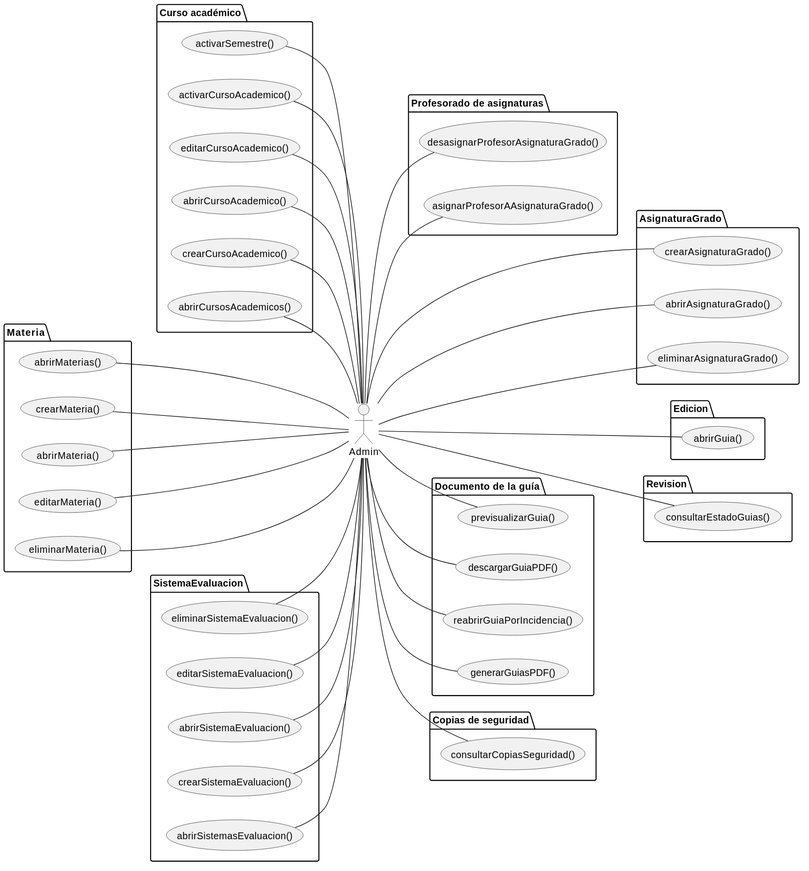
Before: images/RUP/01-requisitos/01-actores-casos-uso/actoresCasosUsoAdminOperativa.svg, a diagram exported from PlantUML (mmasias/pyCeldaPublico).
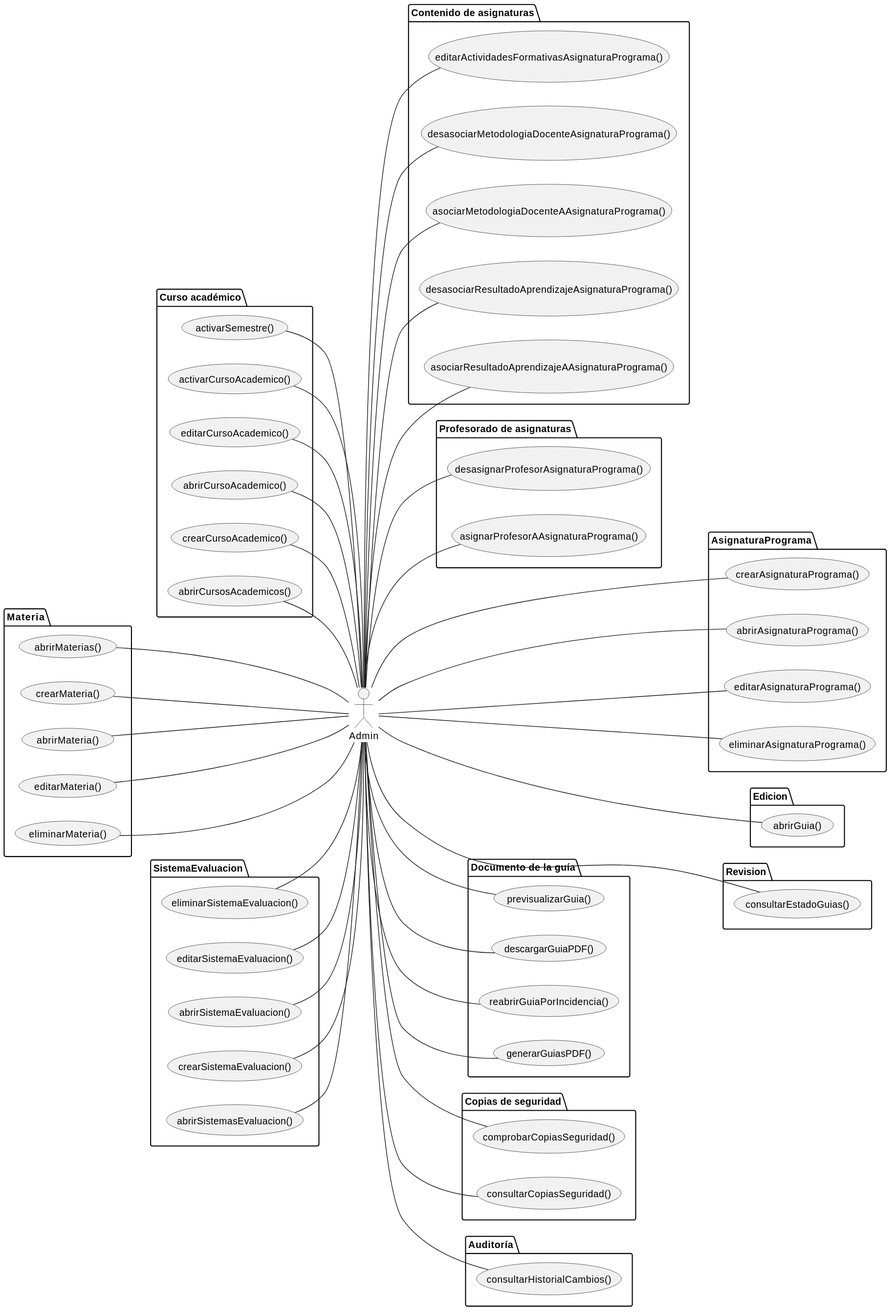
The same file after the commit.

Change to the diagram source:
```diff
@@ -4,9 +4,17 @@
 
 actor Admin
 
+package "Contenido de asignaturas" {
+  usecase asociarResultadoAprendizajeAAsignaturaPrograma as "asociarResultadoAprendizajeAAsignaturaPrograma()"
+  usecase desasociarResultadoAprendizajeAsignaturaPrograma as "desasociarResultadoAprendizajeAsignaturaPrograma()"
+  usecase asociarMetodologiaDocenteAAsignaturaPrograma as "asociarMetodologiaDocenteAAsignaturaPrograma()"
+  usecase desasociarMetodologiaDocenteAsignaturaPrograma as "desasociarMetodologiaDocenteAsignaturaPrograma()"
+  usecase editarActividadesFormativasAsignaturaPrograma as "editarActividadesFormativasAsignaturaPrograma()"
+}
+
 package "Profesorado de asignaturas" {
-  usecase asignarProfesorAAsignaturaGrado as "asignarProfesorAAsignaturaGrado()"
-  usecase desasignarProfesorAsignaturaGrado as "desasignarProfesorAsignaturaGrado()"
+  usecase asignarProfesorAAsignaturaPrograma as "asignarProfesorAAsignaturaPrograma()"
+  usecase desasignarProfesorAsignaturaPrograma as "desasignarProfesorAsignaturaPrograma()"
 }
 
 package "Curso académico" {
@@ -34,10 +42,11 @@
   usecase eliminarSistemaEvaluacion as "eliminarSistemaEvaluacion()"
 }
 
-package AsignaturaGrado {
-  usecase crearAsignaturaGrado as "crearAsignaturaGrado()"
-  usecase abrirAsignaturaGrado as "abrirAsignaturaGrado()"
-  usecase eliminarAsignaturaGrado as "eliminarAsignaturaGrado()"
+package AsignaturaPrograma {
+  usecase crearAsignaturaPrograma as "crearAsignaturaPrograma()"
+  usecase abrirAsignaturaPrograma as "abrirAsignaturaPrograma()"
+  usecase editarAsignaturaPrograma as "editarAsignaturaPrograma()"
+  usecase eliminarAsignaturaPrograma as "eliminarAsignaturaPrograma()"
 }
 
 package Edicion {
@@ -57,6 +66,11 @@
 
 package "Copias de seguridad" {
   usecase consultarCopiasSeguridad as "consultarCopiasSeguridad()"
+  usecase comprobarCopiasSeguridad as "comprobarCopiasSeguridad()"
+}
+
+package "Auditoría" {
+  usecase consultarHistorialCambios as "consultarHistorialCambios()"
 }
 
 abrirSistemasEvaluacion -- Admin
@@ -79,12 +93,19 @@
 activarSemestre -- Admin
 
 
-Admin -- asignarProfesorAAsignaturaGrado
-Admin -- desasignarProfesorAsignaturaGrado
+Admin -- asignarProfesorAAsignaturaPrograma
+Admin -- desasignarProfesorAsignaturaPrograma
 
-Admin --- crearAsignaturaGrado
-Admin --- abrirAsignaturaGrado
-Admin --- eliminarAsignaturaGrado
+Admin -- asociarResultadoAprendizajeAAsignaturaPrograma
+Admin -- desasociarResultadoAprendizajeAsignaturaPrograma
+Admin -- asociarMetodologiaDocenteAAsignaturaPrograma
+Admin -- desasociarMetodologiaDocenteAsignaturaPrograma
+Admin -- editarActividadesFormativasAsignaturaPrograma
+
+Admin --- crearAsignaturaPrograma
+Admin --- abrirAsignaturaPrograma
+Admin --- editarAsignaturaPrograma
+Admin --- eliminarAsignaturaPrograma
 
 Admin --- consultarEstadoGuias
 Admin --- abrirGuia
@@ -95,4 +116,6 @@
 Admin -- reabrirGuiaPorIncidencia
 
 Admin -- consultarCopiasSeguridad
+Admin -- comprobarCopiasSeguridad
+Admin -- consultarHistorialCambios
 @enduml
```
